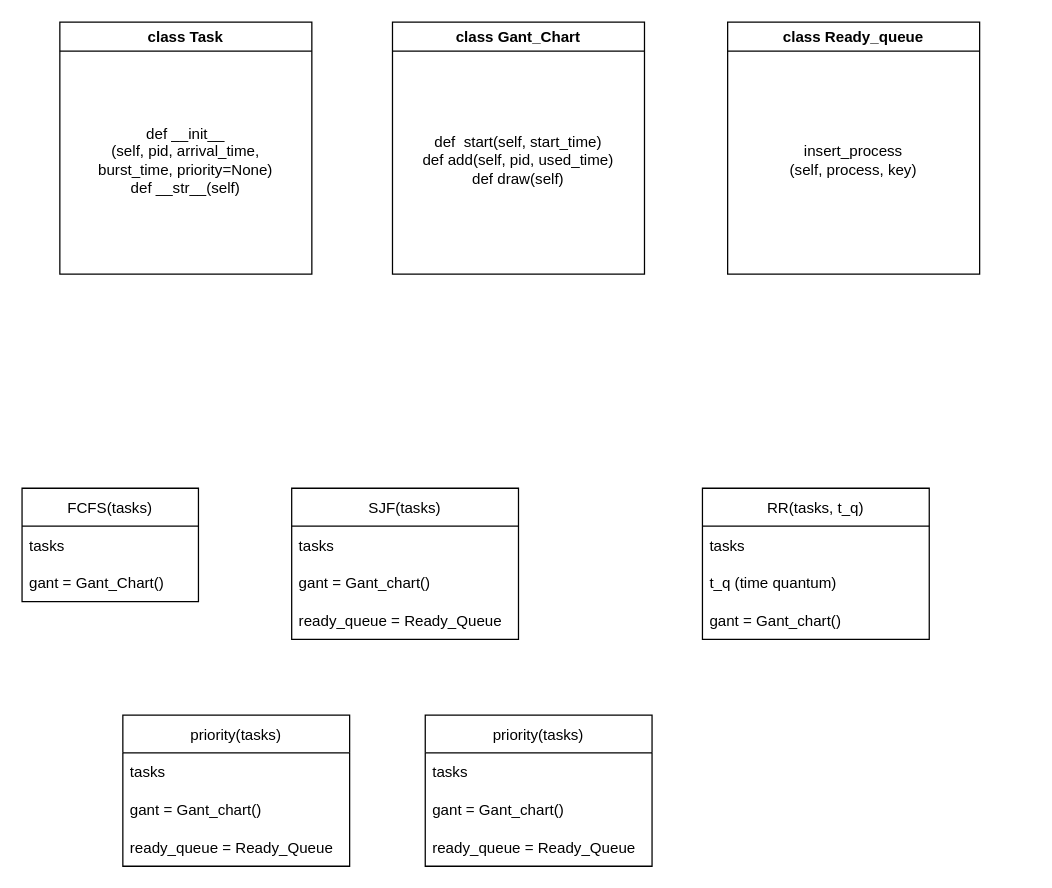
t10cose341/tempDocs keeps this draw.io diagram as Untitled Diagram.drawio. Above is the earlier version. Source tidied: cells renumbered, new cells numbered last; positions are measured from the earlier drawing's top-left corner, leaving out a move shared by most shapes. Both pictures are drawn from the tidied source at 126%, with x=0, y=0 at pixel (21, 21).
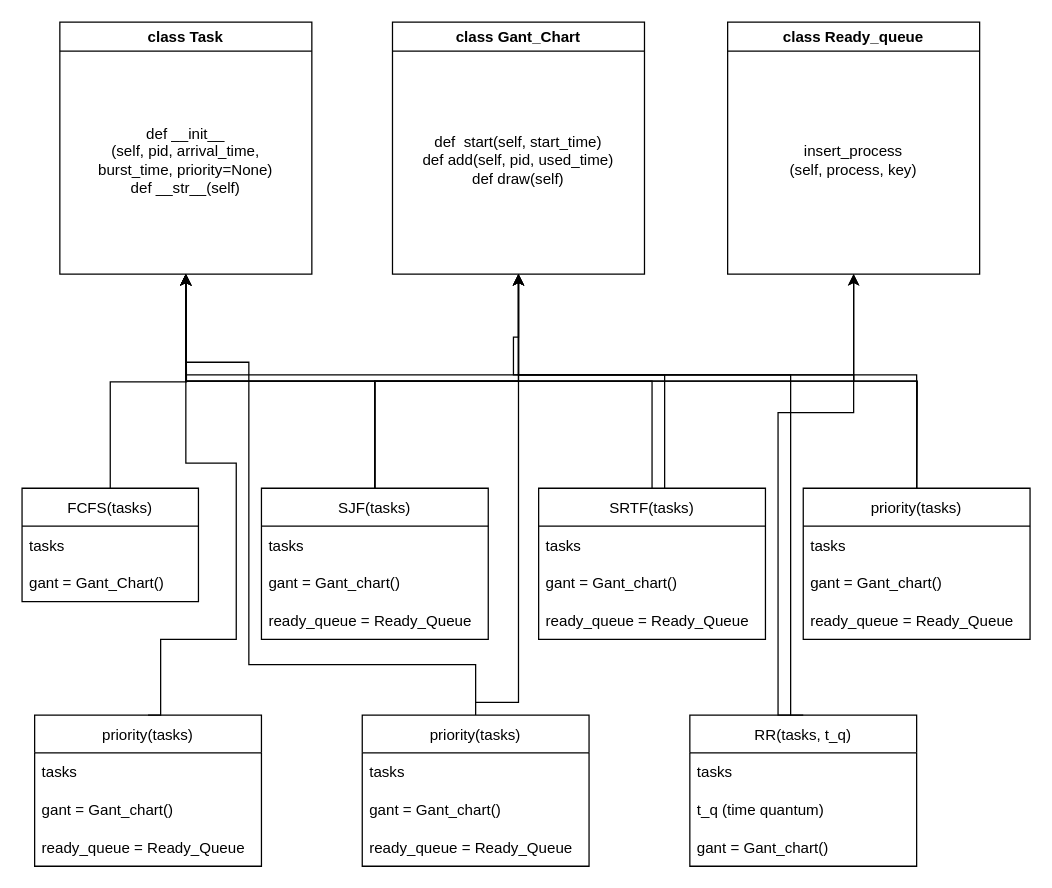
The same diagram, later.

The change refers to these unchanged cells:
```xml
<mxCell id="2" value="class Task" style="swimlane;" parent="1" vertex="1">
  <mxGeometry x="30" width="200" height="200" as="geometry" />
</mxCell>
<mxCell id="4" value="class Gant_Chart" style="swimlane;" parent="1" vertex="1">
  <mxGeometry x="294" width="200" height="200" as="geometry" />
</mxCell>
<mxCell id="6" value="class Ready_queue" style="swimlane;" parent="1" vertex="1">
  <mxGeometry x="560" width="200" height="200" as="geometry" />
</mxCell>
<mxCell id="8" value="FCFS(tasks)" style="swimlane;fontStyle=0;horizontal=1;startSize=30;" parent="1" vertex="1">
  <mxGeometry y="370" width="140" height="90" as="geometry" />
</mxCell>
```

What changed in the source:
```diff
@@
     <mxCell id="11" value="SJF(tasks)" style="swimlane;fontStyle=0;horizontal=1;startSize=30;" parent="1" vertex="1">
-      <mxGeometry x="214" y="370" width="180" height="120" as="geometry" />
+      <mxGeometry x="190" y="370" width="180" height="120" as="geometry" />
     </mxCell>
@@
     <mxCell id="15" value="RR(tasks, t_q)" style="swimlane;fontStyle=0;horizontal=1;startSize=30;" parent="1" vertex="1">
-      <mxGeometry x="540" y="370" width="180" height="120" as="geometry" />
+      <mxGeometry x="530" y="550" width="180" height="120" as="geometry" />
     </mxCell>
@@
     <mxCell id="19" value="priority(tasks)" style="swimlane;fontStyle=0;horizontal=1;startSize=30;" parent="1" vertex="1">
-      <mxGeometry x="80" y="550" width="180" height="120" as="geometry" />
+      <mxGeometry x="10" y="550" width="180" height="120" as="geometry" />
     </mxCell>
@@
     <mxCell id="23" value="priority(tasks)" style="swimlane;fontStyle=0;horizontal=1;startSize=30;" parent="1" vertex="1">
-      <mxGeometry x="320" y="550" width="180" height="120" as="geometry" />
+      <mxGeometry x="270" y="550" width="180" height="120" as="geometry" />
     </mxCell>
@@
+    <mxCell id="27" value="priority(tasks)" style="swimlane;fontStyle=0;horizontal=1;startSize=30;" parent="1" vertex="1">
+      <mxGeometry x="620" y="370" width="180" height="120" as="geometry" />
+    </mxCell>
+    <mxCell id="28" value="tasks" style="text;strokeColor=none;fillColor=none;align=left;verticalAlign=middle;spacingLeft=4;spacingRight=4;overflow=hidden;" parent="27" vertex="1">
+      <mxGeometry y="30" width="180" height="30" as="geometry" />
+    </mxCell>
+    <mxCell id="29" value="gant = Gant_chart()" style="text;strokeColor=none;fillColor=none;align=left;verticalAlign=middle;spacingLeft=4;spacingRight=4;overflow=hidden;" parent="27" vertex="1">
+      <mxGeometry y="60" width="180" height="30" as="geometry" />
+    </mxCell>
+    <mxCell id="30" value="ready_queue = Ready_Queue" style="text;strokeColor=none;fillColor=none;align=left;verticalAlign=middle;spacingLeft=4;spacingRight=4;overflow=hidden;" parent="27" vertex="1">
+      <mxGeometry y="90" width="180" height="30" as="geometry" />
+    </mxCell>
+    <mxCell id="31" value="SRTF(tasks)" style="swimlane;fontStyle=0;horizontal=1;startSize=30;" parent="1" vertex="1">
+      <mxGeometry x="410" y="370" width="180" height="120" as="geometry" />
+    </mxCell>
+    <mxCell id="32" value="tasks" style="text;strokeColor=none;fillColor=none;align=left;verticalAlign=middle;spacingLeft=4;spacingRight=4;overflow=hidden;" parent="31" vertex="1">
+      <mxGeometry y="30" width="180" height="30" as="geometry" />
+    </mxCell>
+    <mxCell id="33" value="gant = Gant_chart()" style="text;strokeColor=none;fillColor=none;align=left;verticalAlign=middle;spacingLeft=4;spacingRight=4;overflow=hidden;" parent="31" vertex="1">
+      <mxGeometry y="60" width="180" height="30" as="geometry" />
+    </mxCell>
+    <mxCell id="34" value="ready_queue = Ready_Queue" style="text;strokeColor=none;fillColor=none;align=left;verticalAlign=middle;spacingLeft=4;spacingRight=4;overflow=hidden;" parent="31" vertex="1">
+      <mxGeometry y="90" width="180" height="30" as="geometry" />
+    </mxCell>
+    <mxCell id="35" style="edgeStyle=orthogonalEdgeStyle;rounded=0;jettySize=auto;html=1;exitX=0.5;exitY=0;exitDx=0;exitDy=0;" parent="1" edge="1" source="8">
+      <mxGeometry relative="1" as="geometry">
+        <mxPoint x="130" y="200" as="targetPoint" />
+      </mxGeometry>
+    </mxCell>
+    <mxCell id="36" style="edgeStyle=orthogonalEdgeStyle;rounded=0;jettySize=auto;html=1;exitX=0.5;exitY=0;exitDx=0;exitDy=0;entryX=0.5;entryY=1;entryDx=0;entryDy=0;" parent="1" edge="1" source="11" target="2">
+      <mxGeometry relative="1" as="geometry" />
+    </mxCell>
+    <mxCell id="37" style="edgeStyle=orthogonalEdgeStyle;rounded=0;jettySize=auto;html=1;exitX=0.5;exitY=0;exitDx=0;exitDy=0;entryX=0.5;entryY=1;entryDx=0;entryDy=0;" parent="1" edge="1" source="31" target="2">
+      <mxGeometry relative="1" as="geometry" />
+    </mxCell>
+    <mxCell id="38" style="edgeStyle=orthogonalEdgeStyle;rounded=0;jettySize=auto;html=1;exitX=0.5;exitY=0;exitDx=0;exitDy=0;entryX=0.5;entryY=1;entryDx=0;entryDy=0;" parent="1" edge="1" source="27" target="2">
+      <mxGeometry relative="1" as="geometry" />
+    </mxCell>
+    <mxCell id="39" style="edgeStyle=orthogonalEdgeStyle;rounded=0;jettySize=auto;html=1;exitX=0.5;exitY=0;exitDx=0;exitDy=0;entryX=0.5;entryY=1;entryDx=0;entryDy=0;" parent="1" edge="1" source="19" target="2">
+      <mxGeometry relative="1" as="geometry">
+        <Array as="points">
+          <mxPoint x="110" y="550" />
+          <mxPoint x="110" y="490" />
+          <mxPoint x="170" y="490" />
+          <mxPoint x="170" y="350" />
+          <mxPoint x="130" y="350" />
+        </Array>
+      </mxGeometry>
+    </mxCell>
+    <mxCell id="40" style="edgeStyle=orthogonalEdgeStyle;rounded=0;jettySize=auto;html=1;entryX=0.5;entryY=1;entryDx=0;entryDy=0;exitX=0.5;exitY=0;exitDx=0;exitDy=0;" parent="1" edge="1" source="23" target="2">
+      <mxGeometry relative="1" as="geometry">
+        <Array as="points">
+          <mxPoint x="360" y="510" />
+          <mxPoint x="180" y="510" />
+          <mxPoint x="180" y="270" />
+          <mxPoint x="130" y="270" />
+        </Array>
+      </mxGeometry>
+    </mxCell>
+    <mxCell id="41" style="edgeStyle=orthogonalEdgeStyle;rounded=0;jettySize=auto;html=1;exitX=0.5;exitY=0;exitDx=0;exitDy=0;entryX=0.5;entryY=1;entryDx=0;entryDy=0;" parent="1" edge="1" source="15" target="2">
+      <mxGeometry relative="1" as="geometry">
+        <Array as="points">
+          <mxPoint x="610" y="550" />
+          <mxPoint x="610" y="280" />
+          <mxPoint x="130" y="280" />
+        </Array>
+      </mxGeometry>
+    </mxCell>
+    <mxCell id="42" style="edgeStyle=orthogonalEdgeStyle;rounded=0;jettySize=auto;html=1;entryX=0.5;entryY=1;entryDx=0;entryDy=0;" parent="1" edge="1" target="4">
+      <mxGeometry relative="1" as="geometry">
+        <mxPoint x="510" y="370" as="sourcePoint" />
+        <Array as="points">
+          <mxPoint x="510" y="280" />
+          <mxPoint x="394" y="280" />
+        </Array>
+      </mxGeometry>
+    </mxCell>
+    <mxCell id="43" style="edgeStyle=orthogonalEdgeStyle;rounded=0;jettySize=auto;html=1;exitX=0.5;exitY=0;exitDx=0;exitDy=0;entryX=0.5;entryY=1;entryDx=0;entryDy=0;" parent="1" edge="1" source="11" target="4">
+      <mxGeometry relative="1" as="geometry" />
+    </mxCell>
+    <mxCell id="44" style="edgeStyle=orthogonalEdgeStyle;rounded=0;jettySize=auto;html=1;entryX=0.5;entryY=1;entryDx=0;entryDy=0;" parent="1" edge="1" target="4">
+      <mxGeometry relative="1" as="geometry">
+        <mxPoint x="360" y="540" as="sourcePoint" />
+        <Array as="points">
+          <mxPoint x="394" y="540" />
+        </Array>
+      </mxGeometry>
+    </mxCell>
+    <mxCell id="45" style="edgeStyle=orthogonalEdgeStyle;rounded=0;jettySize=auto;html=1;entryX=0.5;entryY=1;entryDx=0;entryDy=0;exitX=0.5;exitY=0;exitDx=0;exitDy=0;" parent="1" edge="1" source="27" target="4">
+      <mxGeometry relative="1" as="geometry">
+        <Array as="points">
+          <mxPoint x="710" y="280" />
+          <mxPoint x="394" y="280" />
+        </Array>
+      </mxGeometry>
+    </mxCell>
+    <mxCell id="46" style="edgeStyle=orthogonalEdgeStyle;rounded=0;jettySize=auto;html=1;entryX=0.5;entryY=1;entryDx=0;entryDy=0;" parent="1" edge="1" target="4">
+      <mxGeometry relative="1" as="geometry">
+        <mxPoint x="610" y="550" as="sourcePoint" />
+        <Array as="points">
+          <mxPoint x="600" y="550" />
+          <mxPoint x="600" y="310" />
+          <mxPoint x="660" y="310" />
+          <mxPoint x="660" y="280" />
+          <mxPoint x="390" y="280" />
+          <mxPoint x="390" y="250" />
+          <mxPoint x="394" y="250" />
+        </Array>
+      </mxGeometry>
+    </mxCell>
+    <mxCell id="47" style="edgeStyle=orthogonalEdgeStyle;rounded=0;jettySize=auto;html=1;entryX=0.5;entryY=1;entryDx=0;entryDy=0;" parent="1" edge="1" target="6">
+      <mxGeometry relative="1" as="geometry">
+        <mxPoint x="710" y="370" as="sourcePoint" />
+      </mxGeometry>
+    </mxCell>
+    <mxCell id="48" style="edgeStyle=orthogonalEdgeStyle;rounded=0;jettySize=auto;html=1;exitX=0.5;exitY=0;exitDx=0;exitDy=0;entryX=0.5;entryY=1;entryDx=0;entryDy=0;" parent="1" edge="1" source="11" target="6">
+      <mxGeometry relative="1" as="geometry" />
+    </mxCell>
```
